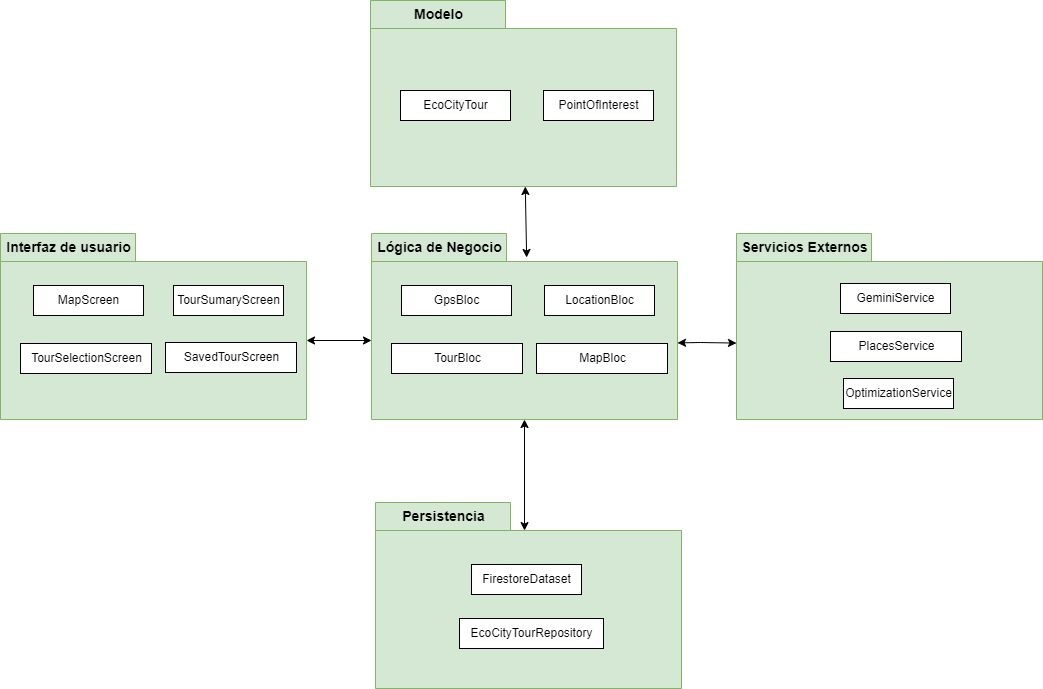
Above: project-docs/memoriaTFGII_FPisot/img/paquetes-dependencias.png in fps1001/TFGII_FPisot (draw.io), before the change. Source tidied: cells renumbered, new cells last; positions are measured from the earlier drawing's top-left corner, leaving out a move shared by most shapes. Its diagram source:
```xml
<mxGraphModel>
  <root>
    <mxCell id="0" />
    <mxCell id="1" parent="0" />
    <mxCell id="2" style="edgeStyle=none;html=1;exitX=0;exitY=0;exitDx=306;exitDy=107;exitPerimeter=0;entryX=0;entryY=0;entryDx=0;entryDy=107;entryPerimeter=0;startArrow=classic;startFill=1;" parent="1" edge="1" source="3" target="9">
      <mxGeometry relative="1" as="geometry" />
    </mxCell>
    <mxCell id="3" value="&lt;font style=&quot;font-size: 14px;&quot;&gt;Interfaz de usuario&lt;/font&gt;" style="shape=folder;fontStyle=1;tabWidth=135;tabHeight=28;tabPosition=left;html=1;boundedLbl=1;labelInHeader=1;fillColor=#d5e8d4;strokeColor=#82b366;" parent="1" vertex="1">
      <mxGeometry y="233" width="306" height="186" as="geometry" />
    </mxCell>
    <mxCell id="4" value="MapScreen" style="html=1;" parent="3" vertex="1">
      <mxGeometry width="110" height="30" relative="1" as="geometry">
        <mxPoint x="33" y="52" as="offset" />
      </mxGeometry>
    </mxCell>
    <mxCell id="5" value="TourSumaryScreen" style="html=1;" parent="3" vertex="1">
      <mxGeometry x="173" y="52" width="110" height="30" as="geometry" />
    </mxCell>
    <mxCell id="6" value="TourSelectionScreen" style="html=1;" parent="3" vertex="1">
      <mxGeometry x="20" y="110" width="131" height="30" as="geometry" />
    </mxCell>
    <mxCell id="7" value="SavedTourScreen" style="html=1;" parent="3" vertex="1">
      <mxGeometry x="165" y="109" width="131" height="30" as="geometry" />
    </mxCell>
    <mxCell id="8" style="edgeStyle=none;html=1;startArrow=classic;startFill=1;" parent="1" edge="1">
      <mxGeometry relative="1" as="geometry">
        <mxPoint x="677" y="342.4" as="sourcePoint" />
        <mxPoint x="736" y="342.6" as="targetPoint" />
        <Array as="points">
          <mxPoint x="700" y="342" />
        </Array>
      </mxGeometry>
    </mxCell>
    <mxCell id="9" value="&lt;font style=&quot;font-size: 14px;&quot;&gt;Lógica de Negocio&lt;/font&gt;" style="shape=folder;fontStyle=1;tabWidth=135;tabHeight=28;tabPosition=left;html=1;boundedLbl=1;labelInHeader=1;fillColor=#d5e8d4;strokeColor=#82b366;" parent="1" vertex="1">
      <mxGeometry x="371" y="233" width="306" height="186" as="geometry" />
    </mxCell>
    <mxCell id="10" value="GpsBloc" style="html=1;" parent="9" vertex="1">
      <mxGeometry width="110" height="30" relative="1" as="geometry">
        <mxPoint x="30" y="52" as="offset" />
      </mxGeometry>
    </mxCell>
    <mxCell id="11" value="LocationBloc" style="html=1;" parent="9" vertex="1">
      <mxGeometry x="173" y="52" width="110" height="30" as="geometry" />
    </mxCell>
    <mxCell id="12" value="TourBloc" style="html=1;" parent="9" vertex="1">
      <mxGeometry x="20" y="110" width="131" height="30" as="geometry" />
    </mxCell>
    <mxCell id="13" value="MapBloc" style="html=1;" parent="9" vertex="1">
      <mxGeometry x="165" y="110" width="131" height="30" as="geometry" />
    </mxCell>
    <mxCell id="14" value="&lt;font style=&quot;font-size: 14px;&quot;&gt;Servicios Externos&lt;/font&gt;" style="shape=folder;fontStyle=1;tabWidth=135;tabHeight=28;tabPosition=left;html=1;boundedLbl=1;labelInHeader=1;fillColor=#d5e8d4;strokeColor=#82b366;" parent="1" vertex="1">
      <mxGeometry x="736" y="233" width="306" height="186" as="geometry" />
    </mxCell>
    <mxCell id="15" value="GeminiService" style="html=1;" parent="14" vertex="1">
      <mxGeometry width="110" height="30" relative="1" as="geometry">
        <mxPoint x="104" y="50" as="offset" />
      </mxGeometry>
    </mxCell>
    <mxCell id="16" value="OptimizationService" style="html=1;" parent="14" vertex="1">
      <mxGeometry x="107" y="145" width="110" height="30" as="geometry" />
    </mxCell>
    <mxCell id="17" value="PlacesService" style="html=1;" parent="14" vertex="1">
      <mxGeometry x="94" y="98" width="131" height="30" as="geometry" />
    </mxCell>
    <mxCell id="18" style="edgeStyle=none;html=1;entryX=0.507;entryY=0.129;entryDx=0;entryDy=0;entryPerimeter=0;startArrow=classic;startFill=1;" parent="1" edge="1" source="19" target="9">
      <mxGeometry relative="1" as="geometry" />
    </mxCell>
    <mxCell id="19" value="&lt;font style=&quot;font-size: 14px;&quot;&gt;Modelo&lt;/font&gt;" style="shape=folder;fontStyle=1;tabWidth=135;tabHeight=28;tabPosition=left;html=1;boundedLbl=1;labelInHeader=1;fillColor=#d5e8d4;strokeColor=#82b366;" parent="1" vertex="1">
      <mxGeometry x="370" width="306" height="186" as="geometry" />
    </mxCell>
    <mxCell id="20" value="EcoCityTour" style="html=1;" parent="19" vertex="1">
      <mxGeometry width="110" height="30" relative="1" as="geometry">
        <mxPoint x="30" y="90" as="offset" />
      </mxGeometry>
    </mxCell>
    <mxCell id="21" value="PointOfInterest" style="html=1;" parent="19" vertex="1">
      <mxGeometry x="173" y="90" width="110" height="30" as="geometry" />
    </mxCell>
    <mxCell id="22" style="edgeStyle=none;html=1;entryX=0.5;entryY=1;entryDx=0;entryDy=0;entryPerimeter=0;startArrow=classic;startFill=1;exitX=0.487;exitY=0.151;exitDx=0;exitDy=0;exitPerimeter=0;" parent="1" edge="1" source="23" target="9">
      <mxGeometry relative="1" as="geometry" />
    </mxCell>
    <mxCell id="23" value="&lt;font style=&quot;font-size: 14px;&quot;&gt;Persistencia&lt;/font&gt;" style="shape=folder;fontStyle=1;tabWidth=135;tabHeight=28;tabPosition=left;html=1;boundedLbl=1;labelInHeader=1;fillColor=#d5e8d4;strokeColor=#82b366;" parent="1" vertex="1">
      <mxGeometry x="375" y="502" width="306" height="186" as="geometry" />
    </mxCell>
    <mxCell id="24" value="FirestoreDataset" style="html=1;" parent="23" vertex="1">
      <mxGeometry width="110" height="30" relative="1" as="geometry">
        <mxPoint x="96" y="62" as="offset" />
      </mxGeometry>
    </mxCell>
    <mxCell id="25" value="EcoCityTourRepository" style="html=1;" parent="23" vertex="1">
      <mxGeometry x="84" y="116" width="144" height="30" as="geometry" />
    </mxCell>
  </root>
</mxGraphModel>
```
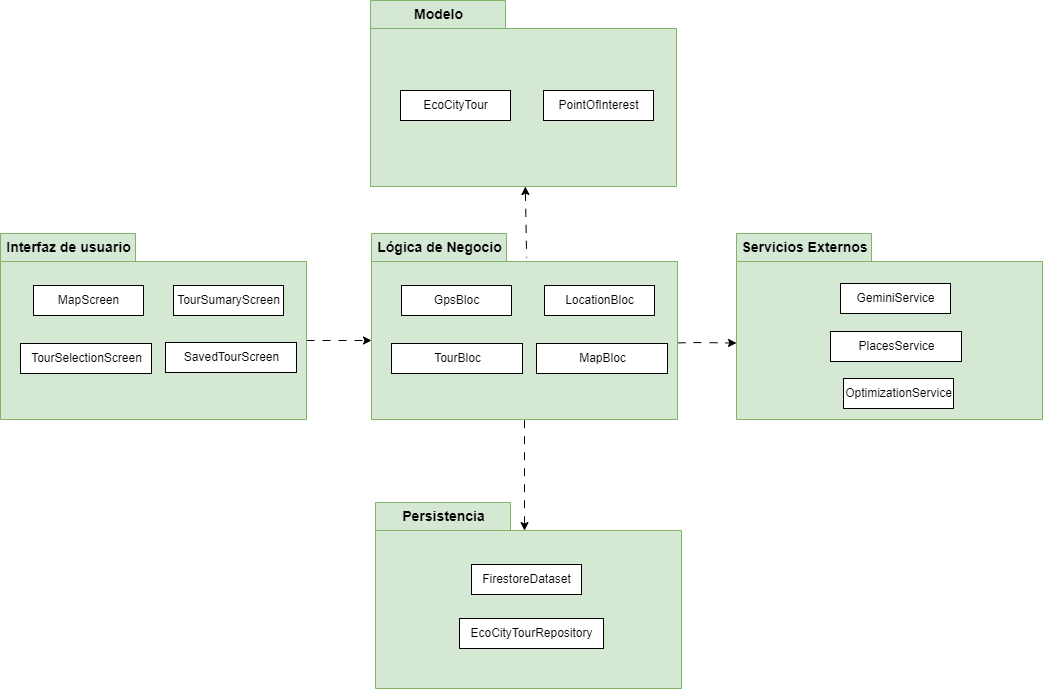
Later version of the same file.

Commit message:
Corregido diagrama a standar UML y corrección unión tour

Diff of the diagram source:
```diff
@@ -2,7 +2,7 @@
   <root>
     <mxCell id="0" />
     <mxCell id="1" parent="0" />
-    <mxCell id="2" style="edgeStyle=none;html=1;exitX=0;exitY=0;exitDx=306;exitDy=107;exitPerimeter=0;entryX=0;entryY=0;entryDx=0;entryDy=107;entryPerimeter=0;startArrow=classic;startFill=1;" parent="1" edge="1" source="3" target="9">
+    <mxCell id="2" style="edgeStyle=none;html=1;exitX=0;exitY=0;exitDx=306;exitDy=107;exitPerimeter=0;entryX=0;entryY=0;entryDx=0;entryDy=107;entryPerimeter=0;startArrow=none;startFill=0;dashed=1;dashPattern=8 8;" parent="1" edge="1" source="3" target="9">
       <mxGeometry relative="1" as="geometry" />
     </mxCell>
     <mxCell id="3" value="&lt;font style=&quot;font-size: 14px;&quot;&gt;Interfaz de usuario&lt;/font&gt;" style="shape=folder;fontStyle=1;tabWidth=135;tabHeight=28;tabPosition=left;html=1;boundedLbl=1;labelInHeader=1;fillColor=#d5e8d4;strokeColor=#82b366;" parent="1" vertex="1">
@@ -22,7 +22,7 @@
     <mxCell id="7" value="SavedTourScreen" style="html=1;" parent="3" vertex="1">
       <mxGeometry x="165" y="109" width="131" height="30" as="geometry" />
     </mxCell>
-    <mxCell id="8" style="edgeStyle=none;html=1;startArrow=classic;startFill=1;" parent="1" edge="1">
+    <mxCell id="8" style="edgeStyle=none;html=1;startArrow=none;startFill=0;dashed=1;dashPattern=8 8;" parent="1" edge="1">
       <mxGeometry relative="1" as="geometry">
         <mxPoint x="677" y="342.4" as="sourcePoint" />
         <mxPoint x="736" y="342.6" as="targetPoint" />
@@ -62,7 +62,7 @@
     <mxCell id="17" value="PlacesService" style="html=1;" parent="14" vertex="1">
       <mxGeometry x="94" y="98" width="131" height="30" as="geometry" />
     </mxCell>
-    <mxCell id="18" style="edgeStyle=none;html=1;entryX=0.507;entryY=0.129;entryDx=0;entryDy=0;entryPerimeter=0;startArrow=classic;startFill=1;" parent="1" edge="1" source="19" target="9">
+    <mxCell id="18" style="edgeStyle=none;html=1;entryX=0.507;entryY=0.129;entryDx=0;entryDy=0;entryPerimeter=0;startArrow=classic;startFill=1;dashed=1;dashPattern=8 8;endArrow=none;endFill=0;" parent="1" edge="1" source="19" target="9">
       <mxGeometry relative="1" as="geometry" />
     </mxCell>
     <mxCell id="19" value="&lt;font style=&quot;font-size: 14px;&quot;&gt;Modelo&lt;/font&gt;" style="shape=folder;fontStyle=1;tabWidth=135;tabHeight=28;tabPosition=left;html=1;boundedLbl=1;labelInHeader=1;fillColor=#d5e8d4;strokeColor=#82b366;" parent="1" vertex="1">
@@ -76,7 +76,7 @@
     <mxCell id="21" value="PointOfInterest" style="html=1;" parent="19" vertex="1">
       <mxGeometry x="173" y="90" width="110" height="30" as="geometry" />
     </mxCell>
-    <mxCell id="22" style="edgeStyle=none;html=1;entryX=0.5;entryY=1;entryDx=0;entryDy=0;entryPerimeter=0;startArrow=classic;startFill=1;exitX=0.487;exitY=0.151;exitDx=0;exitDy=0;exitPerimeter=0;" parent="1" edge="1" source="23" target="9">
+    <mxCell id="22" style="edgeStyle=none;html=1;entryX=0.5;entryY=1;entryDx=0;entryDy=0;entryPerimeter=0;startArrow=classic;startFill=1;exitX=0.487;exitY=0.151;exitDx=0;exitDy=0;exitPerimeter=0;dashed=1;dashPattern=8 8;endArrow=none;endFill=0;" parent="1" edge="1" source="23" target="9">
       <mxGeometry relative="1" as="geometry" />
     </mxCell>
     <mxCell id="23" value="&lt;font style=&quot;font-size: 14px;&quot;&gt;Persistencia&lt;/font&gt;" style="shape=folder;fontStyle=1;tabWidth=135;tabHeight=28;tabPosition=left;html=1;boundedLbl=1;labelInHeader=1;fillColor=#d5e8d4;strokeColor=#82b366;" parent="1" vertex="1">
```
